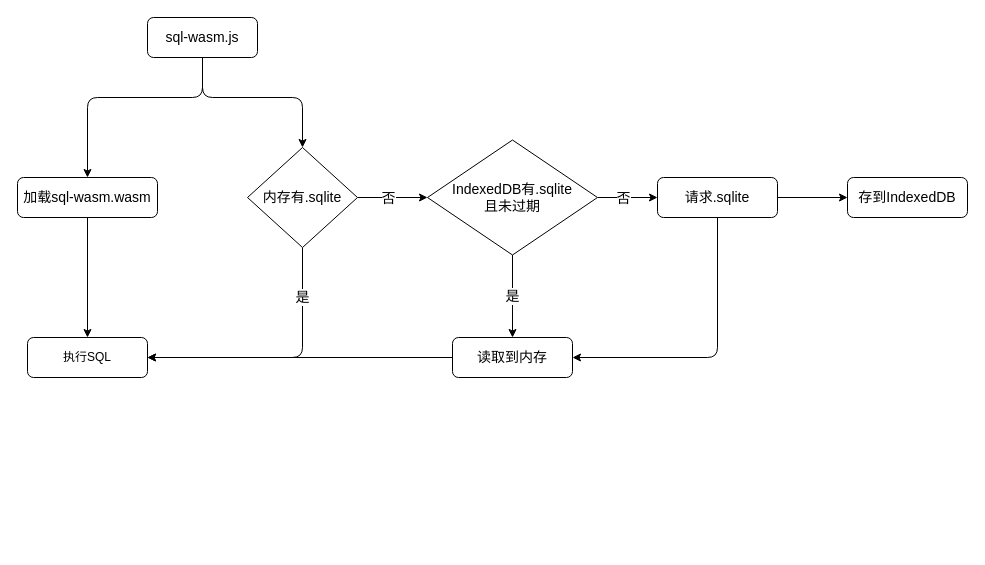
The draw.io diagram drawio/SQL.js.drawio in fuxingjun/web-sqlite, before the edit. Source tidied: cells renumbered, new cells numbered last; positions are measured from the earlier drawing's top-left corner, leaving out a move shared by most shapes. Both pictures are drawn from the tidied source at 100%, with x=0, y=0 at pixel (17, 17).
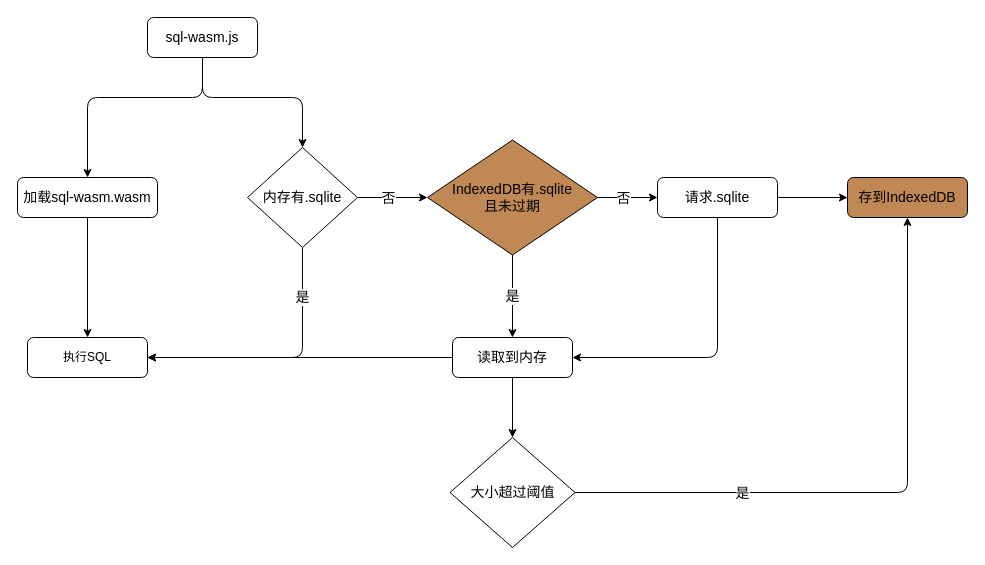
The same diagram, later.

The change refers to these unchanged cells:
```xml
<mxCell id="19" value="读取到内存" style="rounded=1;whiteSpace=wrap;html=1;fontSize=14;" parent="1" vertex="1">
  <mxGeometry x="435" y="320" width="120" height="40" as="geometry" />
</mxCell>
```

What changed in the source:
```diff
@@
-    <mxCell id="17" value="&lt;font style=&quot;font-size: 14px&quot;&gt;IndexedDB有.sqlite&lt;br&gt;且未过期&lt;br&gt;&lt;/font&gt;" style="rhombus;whiteSpace=wrap;html=1;" parent="1" vertex="1">
+    <mxCell id="17" value="&lt;font style=&quot;font-size: 14px&quot;&gt;IndexedDB有.sqlite&lt;br&gt;且未过期&lt;br&gt;&lt;/font&gt;" style="rhombus;whiteSpace=wrap;html=1;fillColor=#BF8854;" parent="1" vertex="1">
       <mxGeometry x="410" y="122.5" width="170" height="115" as="geometry" />
     </mxCell>
@@
+    <mxCell id="24" style="edgeStyle=orthogonalEdgeStyle;rounded=1;jettySize=auto;html=1;entryX=0.5;entryY=0;entryDx=0;entryDy=0;fontSize=14;" parent="1" edge="1" source="19" target="27">
+      <mxGeometry relative="1" as="geometry" />
+    </mxCell>
@@
-    <mxCell id="23" value="存到IndexedDB" style="rounded=1;whiteSpace=wrap;html=1;fontSize=14;" parent="1" vertex="1">
+    <mxCell id="23" value="存到IndexedDB" style="rounded=1;whiteSpace=wrap;html=1;fontSize=14;fillColor=#BF8854;" parent="1" vertex="1">
       <mxGeometry x="830" y="160" width="120" height="40" as="geometry" />
     </mxCell>
+    <mxCell id="25" style="edgeStyle=orthogonalEdgeStyle;rounded=1;jettySize=auto;html=1;entryX=0.5;entryY=1;entryDx=0;entryDy=0;fontSize=14;" parent="1" edge="1" source="27" target="23">
+      <mxGeometry x="-0.04" y="20" relative="1" as="geometry" />
+    </mxCell>
+    <mxCell id="26" value="是" style="edgeLabel;html=1;align=center;verticalAlign=middle;fontSize=14;" parent="25" vertex="1">
+      <mxGeometry x="-0.45" y="-1" relative="1" as="geometry">
+        <mxPoint y="-1" as="offset" />
+      </mxGeometry>
+    </mxCell>
+    <mxCell id="27" value="大小超过阈值" style="rhombus;whiteSpace=wrap;html=1;fontSize=14;" parent="1" vertex="1">
+      <mxGeometry x="432.5" y="420" width="125" height="110" as="geometry" />
+    </mxCell>
```
